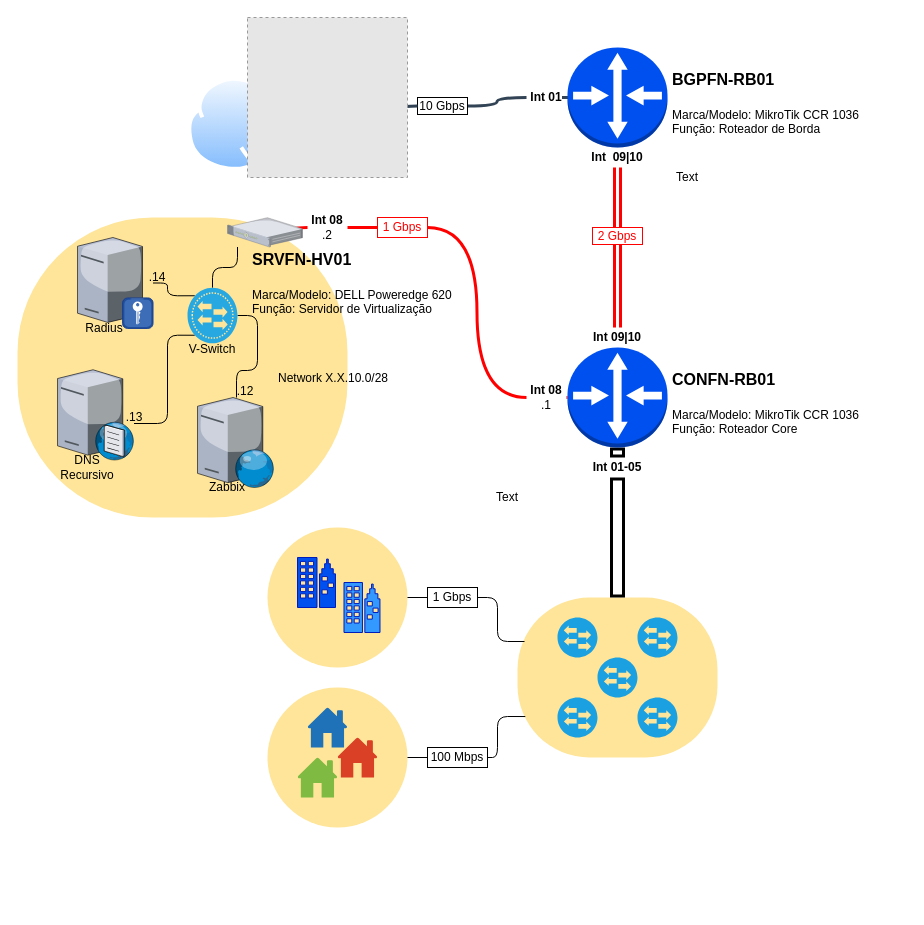
Before: Fox-Network-Diagrama.drawio in vamilson/Diagramas, a draw.io diagram. Source tidied: cells renumbered, new cells numbered last; positions are measured from the earlier drawing's top-left corner, leaving out a move shared by most shapes. Both pictures are drawn from the tidied source at 100%, with x=0, y=0 at pixel (17, 17). Pictures stored in the file or linked from it are replaced by grey dashed boxes.
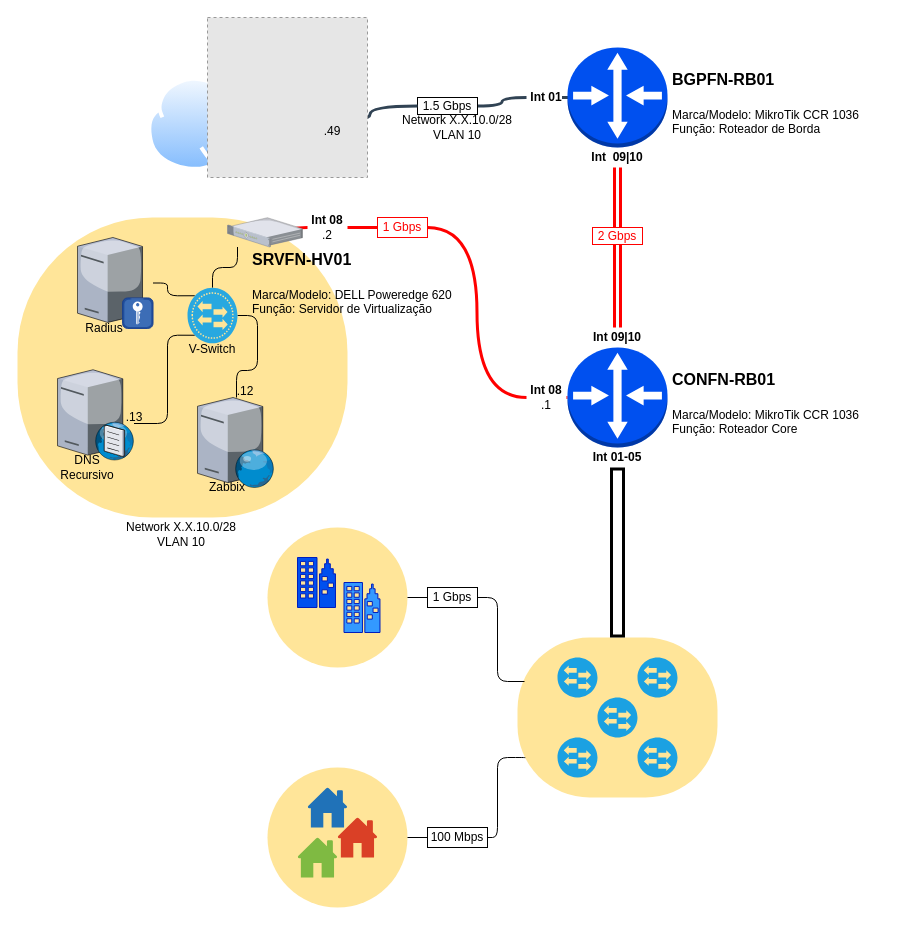
The same page after the edit.

The change refers to these unchanged cells:
```xml
<mxCell id="4" style="rounded=1;whiteSpace=wrap;html=1;shadow=0;labelBackgroundColor=#ffffff;arcSize=45;fillColor=#FFE599;strokeColor=none;" parent="3" vertex="1">
  <mxGeometry x="100" width="200" height="160" as="geometry" />
</mxCell>
```

What changed in the source:
```diff
@@
     <mxCell id="3" style="group;" parent="2" vertex="1">
-      <mxGeometry x="400" y="580" width="400" height="170" as="geometry" />
+      <mxGeometry x="400" y="620" width="400" height="170" as="geometry" />
     </mxCell>
@@
-    <mxCell id="10" value="100 Mbps" style="text;html=1;strokeColor=#000000;fillColor=none;align=center;verticalAlign=middle;whiteSpace=wrap;rounded=0;shadow=0;labelBackgroundColor=#ffffff;comic=0;glass=0;" parent="3" vertex="1">
-      <mxGeometry x="10" y="150" width="60" height="20" as="geometry" />
-    </mxCell>
-    <mxCell id="11" style="edgeStyle=orthogonalEdgeStyle;rounded=1;jettySize=auto;html=1;exitX=1;exitY=0.5;exitDx=0;exitDy=0;entryX=0.039;entryY=0.744;entryDx=0;entryDy=0;entryPerimeter=0;endArrow=none;endFill=0;strokeColor=#000000;" parent="3" edge="1" source="10" target="4">
-      <mxGeometry relative="1" as="geometry">
-        <Array as="points">
-          <mxPoint x="80" y="160" />
-          <mxPoint x="80" y="119" />
-        </Array>
-      </mxGeometry>
-    </mxCell>
@@
     <mxCell id="13" style="ellipse;whiteSpace=wrap;html=1;shadow=0;labelBackgroundColor=#ffffff;fillColor=#FFE599;strokeColor=none;" parent="2" vertex="1">
-      <mxGeometry x="250" y="670" width="140" height="140" as="geometry" />
+      <mxGeometry x="250" y="750" width="140" height="140" as="geometry" />
     </mxCell>
     <mxCell id="14" style="shadow=0;dashed=0;html=1;strokeColor=none;labelPosition=center;verticalLabelPosition=bottom;verticalAlign=top;align=center;shape=mxgraph.office.concepts.home;fillColor=#2072B8;" parent="2" vertex="1">
-      <mxGeometry x="290" y="690" width="40" height="40" as="geometry" />
+      <mxGeometry x="290" y="770" width="40" height="40" as="geometry" />
     </mxCell>
     <mxCell id="15" style="shadow=0;dashed=0;html=1;strokeColor=none;labelPosition=center;verticalLabelPosition=bottom;verticalAlign=top;align=center;shape=mxgraph.office.concepts.home;fillColor=#DA4026;" parent="2" vertex="1">
-      <mxGeometry x="320" y="720" width="40" height="40" as="geometry" />
+      <mxGeometry x="320" y="800" width="40" height="40" as="geometry" />
     </mxCell>
     <mxCell id="16" style="shadow=0;dashed=0;html=1;strokeColor=none;labelPosition=center;verticalLabelPosition=bottom;verticalAlign=top;align=center;shape=mxgraph.office.concepts.home;fillColor=#7FBA42;" parent="2" vertex="1">
-      <mxGeometry x="280" y="740" width="40" height="40" as="geometry" />
+      <mxGeometry x="280" y="820" width="40" height="40" as="geometry" />
     </mxCell>
     <mxCell id="17" style="group;" parent="2" vertex="1">
-      <mxGeometry y="200" width="470" height="300" as="geometry" />
+      <mxGeometry y="200" width="470" height="330" as="geometry" />
     </mxCell>
@@
-    <mxCell id="35" value="Network X.X.10.0/28&lt;br&gt;" style="text;html=1;strokeColor=none;fillColor=none;align=center;verticalAlign=middle;whiteSpace=wrap;rounded=0;" parent="17" vertex="1">
-      <mxGeometry x="236" y="151" width="160" height="20" as="geometry" />
-    </mxCell>
-    <mxCell id="36" value=".14" style="text;html=1;strokeColor=none;fillColor=none;align=center;verticalAlign=middle;whiteSpace=wrap;rounded=0;" parent="17" vertex="1">
-      <mxGeometry x="120" y="50" width="40" height="20" as="geometry" />
-    </mxCell>
@@
+    <mxCell id="35" value="Network X.X.10.0/28&lt;br&gt;VLAN 10" style="text;html=1;strokeColor=none;fillColor=none;align=center;verticalAlign=middle;whiteSpace=wrap;rounded=0;" parent="17" vertex="1">
+      <mxGeometry x="84" y="307" width="160" height="20" as="geometry" />
+    </mxCell>
@@
     <mxCell id="52" value="&lt;b&gt;Int 01-05&lt;br&gt;&lt;/b&gt;" style="text;html=1;strokeColor=none;fillColor=none;align=center;verticalAlign=middle;whiteSpace=wrap;rounded=0;shadow=0;labelBackgroundColor=#ffffff;" parent="39" vertex="1">
-      <mxGeometry x="570" y="440" width="60" height="20" as="geometry" />
+      <mxGeometry x="570" y="430" width="60" height="20" as="geometry" />
     </mxCell>
@@
-    <mxCell id="58" value="10 Gbps" style="text;html=1;strokeColor=#000000;fillColor=none;align=center;verticalAlign=middle;whiteSpace=wrap;rounded=0;shadow=0;labelBackgroundColor=#ffffff;" parent="39" vertex="1">
-      <mxGeometry x="400" y="80" width="50" height="17" as="geometry" />
+    <mxCell id="58" value="1.5 Gbps" style="text;html=1;strokeColor=#000000;fillColor=none;align=center;verticalAlign=middle;whiteSpace=wrap;rounded=0;shadow=0;labelBackgroundColor=#ffffff;" parent="39" vertex="1">
+      <mxGeometry x="400" y="80" width="60" height="17" as="geometry" />
     </mxCell>
@@
     <mxCell id="64" style="group;" parent="60" vertex="1">
-      <mxGeometry x="170" width="220" height="160" as="geometry" />
+      <mxGeometry x="130" width="220" height="160" as="geometry" />
     </mxCell>
@@
+    <mxCell id="36" value=".49" style="text;html=1;strokeColor=none;fillColor=none;align=center;verticalAlign=middle;whiteSpace=wrap;rounded=0;" parent="64" vertex="1">
+      <mxGeometry x="165" y="104" width="40" height="20" as="geometry" />
+    </mxCell>
@@
     <mxCell id="73" style="edgeStyle=orthogonalEdgeStyle;rounded=1;jettySize=auto;html=1;exitX=1;exitY=0.5;exitDx=0;exitDy=0;endArrow=none;endFill=0;strokeColor=#000000;" parent="60" edge="1" source="13">
       <mxGeometry relative="1" as="geometry">
-        <mxPoint x="410" y="740" as="targetPoint" />
+        <mxPoint x="410" y="820" as="targetPoint" />
       </mxGeometry>
     </mxCell>
@@
-    <mxCell id="76" value="Text" style="text;html=1;strokeColor=none;fillColor=none;align=center;verticalAlign=middle;whiteSpace=wrap;rounded=0;" parent="75" vertex="1">
-      <mxGeometry x="650" y="150" width="40" height="20" as="geometry" />
-    </mxCell>
-    <mxCell id="77" value="Text" style="text;html=1;strokeColor=none;fillColor=none;align=center;verticalAlign=middle;whiteSpace=wrap;rounded=0;" parent="75" vertex="1">
-      <mxGeometry x="470" y="470" width="40" height="20" as="geometry" />
-    </mxCell>
+    <mxCell id="11" style="edgeStyle=orthogonalEdgeStyle;rounded=1;jettySize=auto;html=1;exitX=1;exitY=0.5;exitDx=0;exitDy=0;endArrow=none;endFill=0;strokeColor=#000000;entryX=0.039;entryY=0.751;entryDx=0;entryDy=0;entryPerimeter=0;" parent="75" edge="1" source="10" target="4">
+      <mxGeometry relative="1" as="geometry">
+        <Array as="points">
+          <mxPoint x="480" y="820" />
+          <mxPoint x="480" y="740" />
+          <mxPoint x="506" y="740" />
+        </Array>
+      </mxGeometry>
+    </mxCell>
+    <mxCell id="10" value="100 Mbps" style="text;html=1;strokeColor=#000000;fillColor=none;align=center;verticalAlign=middle;whiteSpace=wrap;rounded=0;shadow=0;labelBackgroundColor=#ffffff;comic=0;glass=0;" parent="75" vertex="1">
+      <mxGeometry x="410" y="810" width="60" height="20" as="geometry" />
+    </mxCell>
+    <mxCell id="78" value="Network X.X.10.0/28&lt;br&gt;VLAN 10" style="text;html=1;strokeColor=none;fillColor=none;align=center;verticalAlign=middle;whiteSpace=wrap;rounded=0;" parent="75" vertex="1">
+      <mxGeometry x="360" y="100" width="160" height="20" as="geometry" />
+    </mxCell>
```
